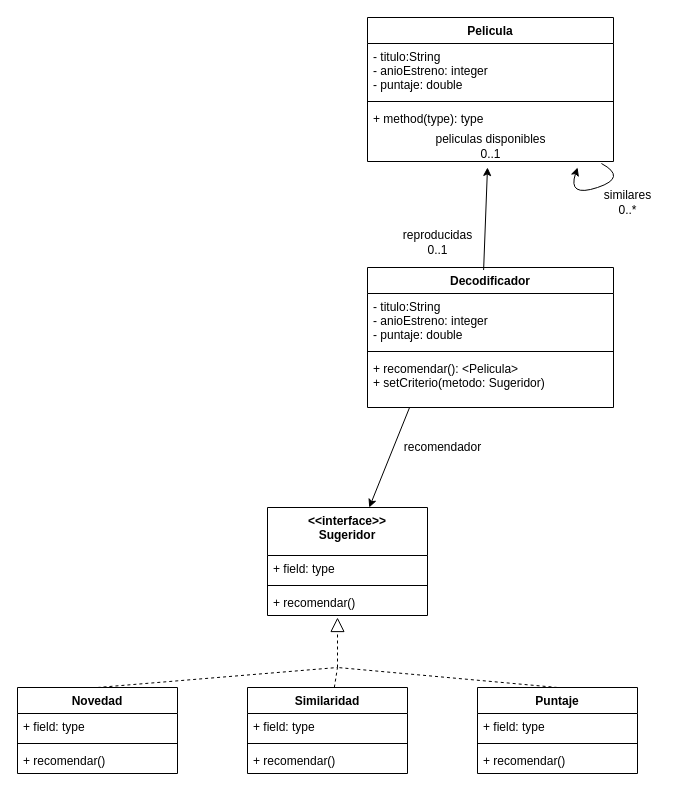
Earlier version of the draw.io diagram ejercicio4TP3.drawio (ssofiaavila/OO2--Informatica-UNLP). Source tidied: cells renumbered, new cells numbered last; positions are measured from the earlier drawing's top-left corner, leaving out a move shared by most shapes. Both pictures are drawn from the tidied source at 100%, with x=0, y=0 at pixel (17, 17).
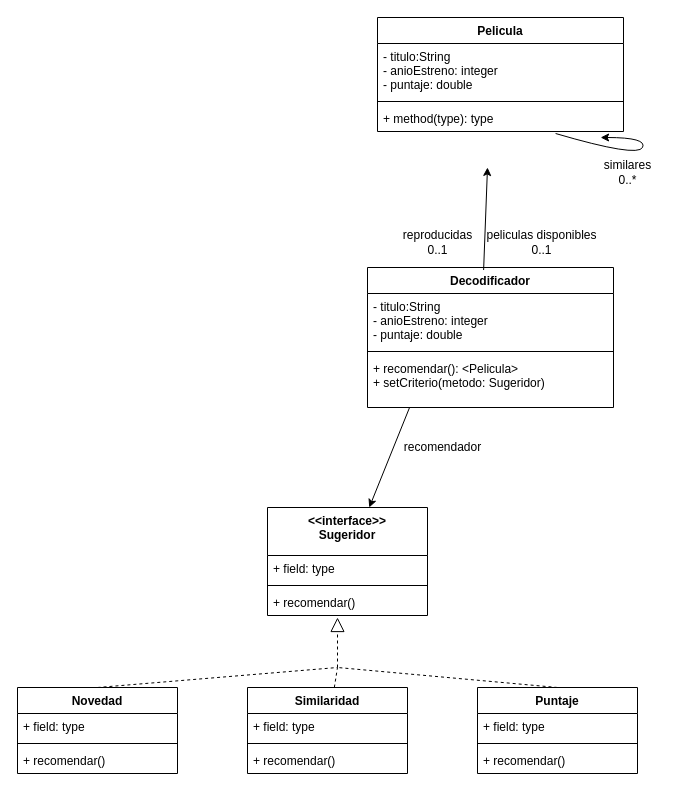
Above is the later version.

Unchanged cells that the change refers to:
```xml
<mxCell id="5" value="+ method(type): type" style="text;strokeColor=none;fillColor=none;align=left;verticalAlign=top;spacingLeft=4;spacingRight=4;overflow=hidden;points=[[0,0.5],[1,0.5]];portConstraint=eastwest;" parent="2" vertex="1">
  <mxGeometry y="88" width="246" height="26" as="geometry" />
</mxCell>
```

What changed in the source:
```diff
@@
     <mxCell id="2" value="Pelicula" style="swimlane;fontStyle=1;align=center;verticalAlign=top;horizontal=1;startSize=26;" parent="1" vertex="1">
-      <mxGeometry x="350" width="246" height="144" as="geometry" />
+      <mxGeometry x="360" width="246" height="114" as="geometry" />
     </mxCell>
@@
-    <mxCell id="6" value="peliculas disponibles&lt;br&gt;0..1" style="text;html=1;align=center;verticalAlign=middle;points=[];strokeColor=none;fillColor=none;" parent="2" vertex="1">
-      <mxGeometry y="114" width="246" height="30" as="geometry" />
-    </mxCell>
-    <mxCell id="7" style="curved=1;endArrow=classic;html=1;rounded=0;entryX=0.854;entryY=1.2;entryDx=0;entryDy=0;entryPerimeter=0;exitX=0.951;exitY=1.067;exitDx=0;exitDy=0;exitPerimeter=0;" parent="2" edge="1" source="6" target="6">
-      <mxGeometry relative="1" as="geometry">
-        <Array as="points">
-          <mxPoint x="260" y="160" />
-          <mxPoint x="200" y="180" />
-        </Array>
-      </mxGeometry>
-    </mxCell>
+    <mxCell id="37" style="curved=1;endArrow=classic;html=1;rounded=0;entryX=0.907;entryY=1.231;entryDx=0;entryDy=0;entryPerimeter=0;exitX=0.724;exitY=1.077;exitDx=0;exitDy=0;exitPerimeter=0;" parent="2" edge="1" source="5" target="5">
+      <mxGeometry relative="1" as="geometry">
+        <Array as="points">
+          <mxPoint x="260" y="140" />
+          <mxPoint x="270" y="120" />
+        </Array>
+      </mxGeometry>
+    </mxCell>
@@
     <mxCell id="14" value="similares&lt;br&gt;0..*" style="text;html=1;align=center;verticalAlign=middle;strokeColor=none;fillColor=none;" parent="1" vertex="1">
-      <mxGeometry x="580" y="170" width="60" height="30" as="geometry" />
+      <mxGeometry x="580" y="140" width="60" height="30" as="geometry" />
     </mxCell>
@@
+    <mxCell id="6" value="peliculas disponibles&lt;br&gt;0..1" style="text;html=1;align=center;verticalAlign=middle;points=[];strokeColor=none;fillColor=none;" parent="1" vertex="1">
+      <mxGeometry x="401" y="210" width="246" height="30" as="geometry" />
+    </mxCell>
```
